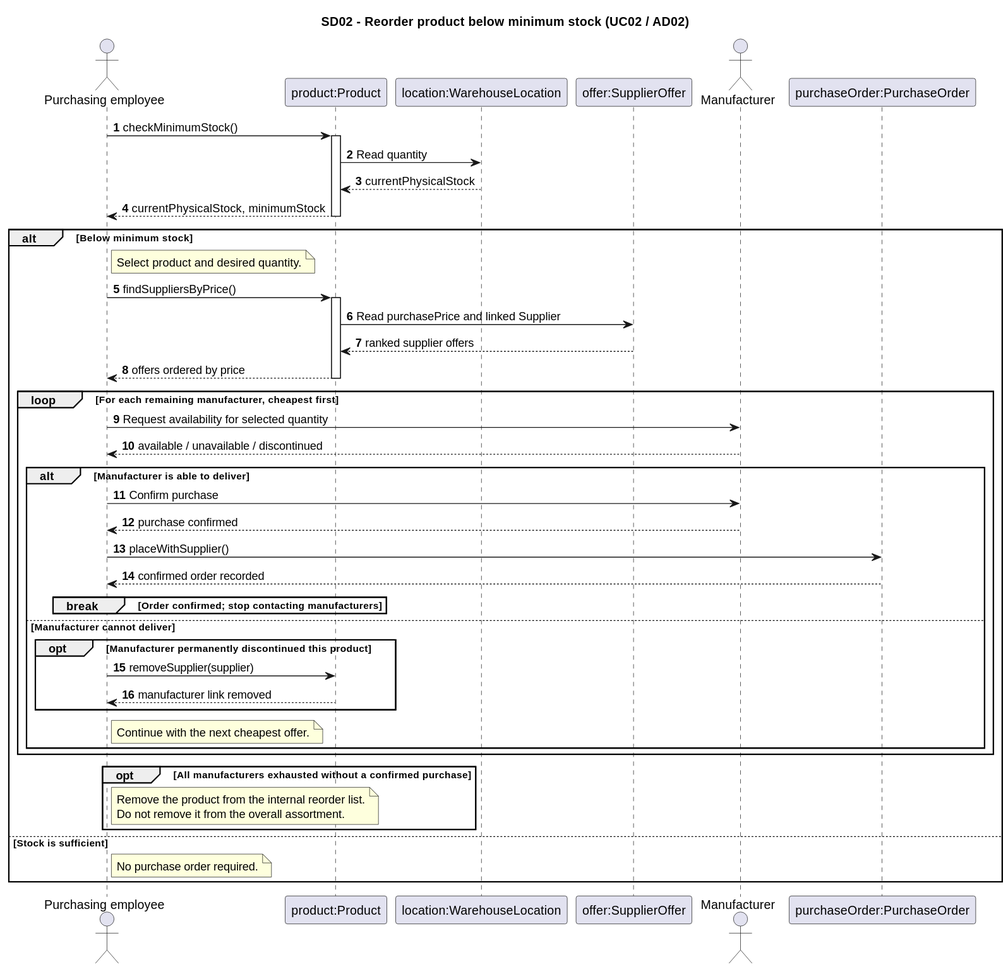
The PlantUML diagram Documentation/Architecture/uml/export/sequence_diagrams/SD02_ProductNietOpVoorraad.svg in ViktorQorri/Project-Timaflu, before a commit.
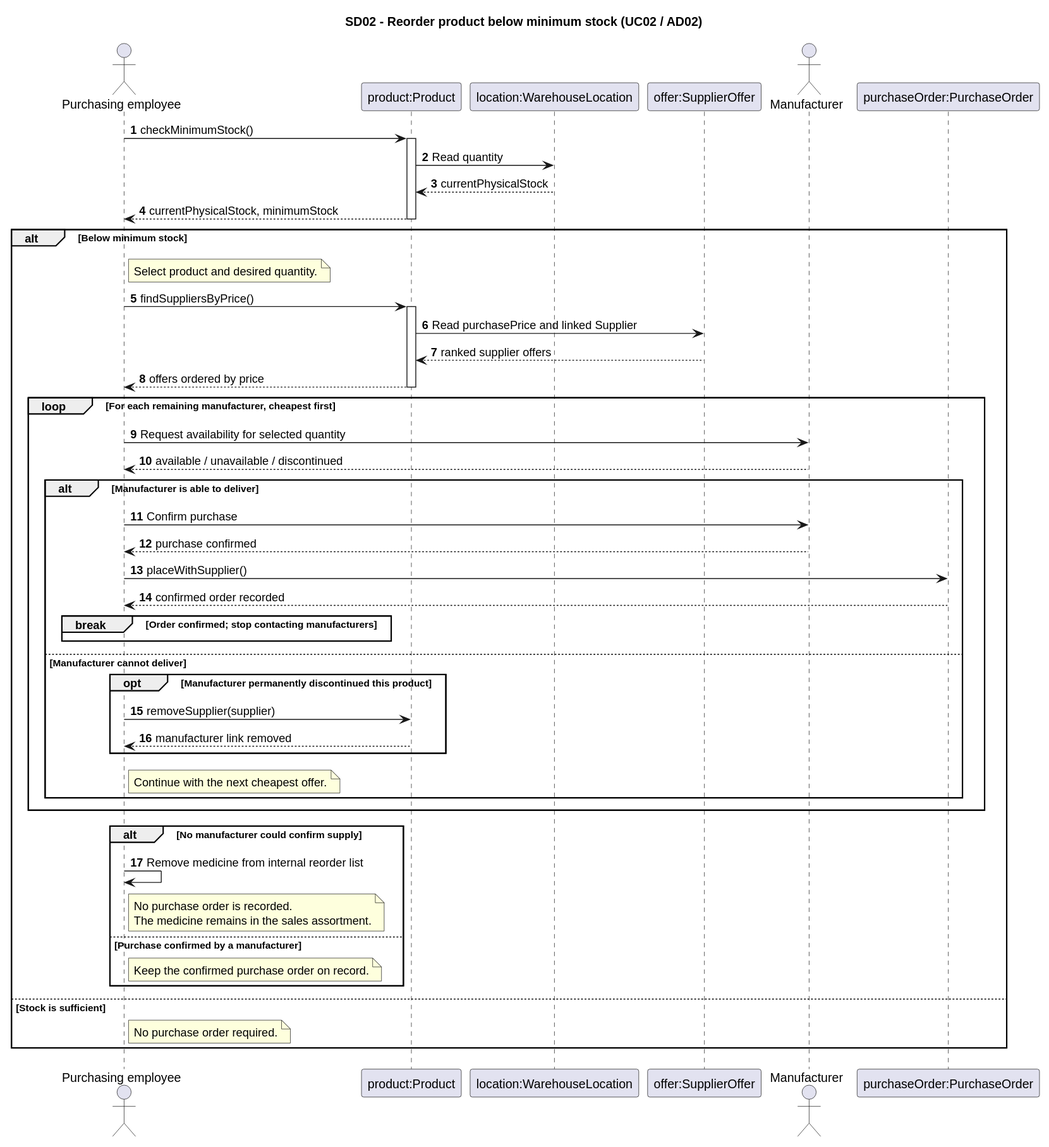
The same file after the commit.

The edit, as a diff of the source:
```diff
@@ -39,11 +39,14 @@
       note right of Purchasing: Continue with the next cheapest offer.
     end
   end
-  opt All manufacturers exhausted without a confirmed purchase
+  alt No manufacturer could confirm supply
+    Purchasing -> Purchasing: Remove medicine from internal reorder list
     note right of Purchasing
-      Remove the product from the internal reorder list.
-      Do not remove it from the overall assortment.
+      No purchase order is recorded.
+      The medicine remains in the sales assortment.
     end note
+  else Purchase confirmed by a manufacturer
+    note right of Purchasing: Keep the confirmed purchase order on record.
   end
 else Stock is sufficient
   note right of Purchasing: No purchase order required.
```
